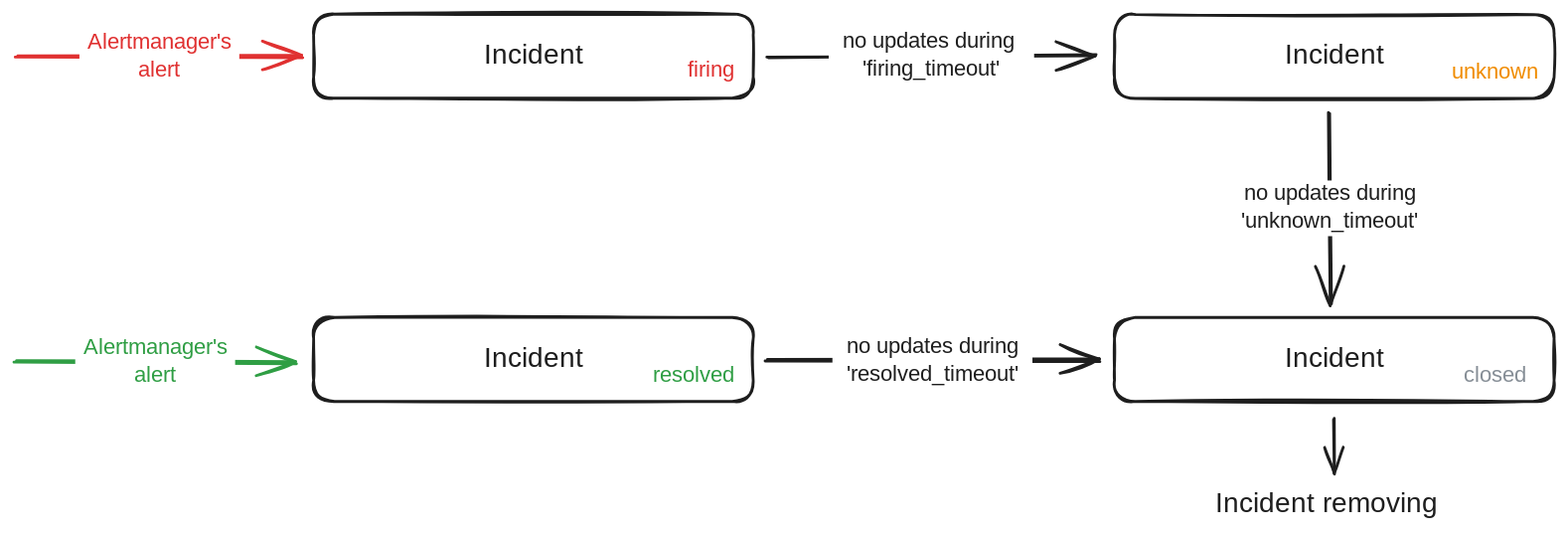
The Excalidraw diagram docs/media/incident_behavior.excalidraw.svg in DiTsi/impulse-docs, before a commit. Source tidied: one line per element, renumbered; positions are measured from the earlier drawing's top-left corner, leaving out a move shared by most shapes.
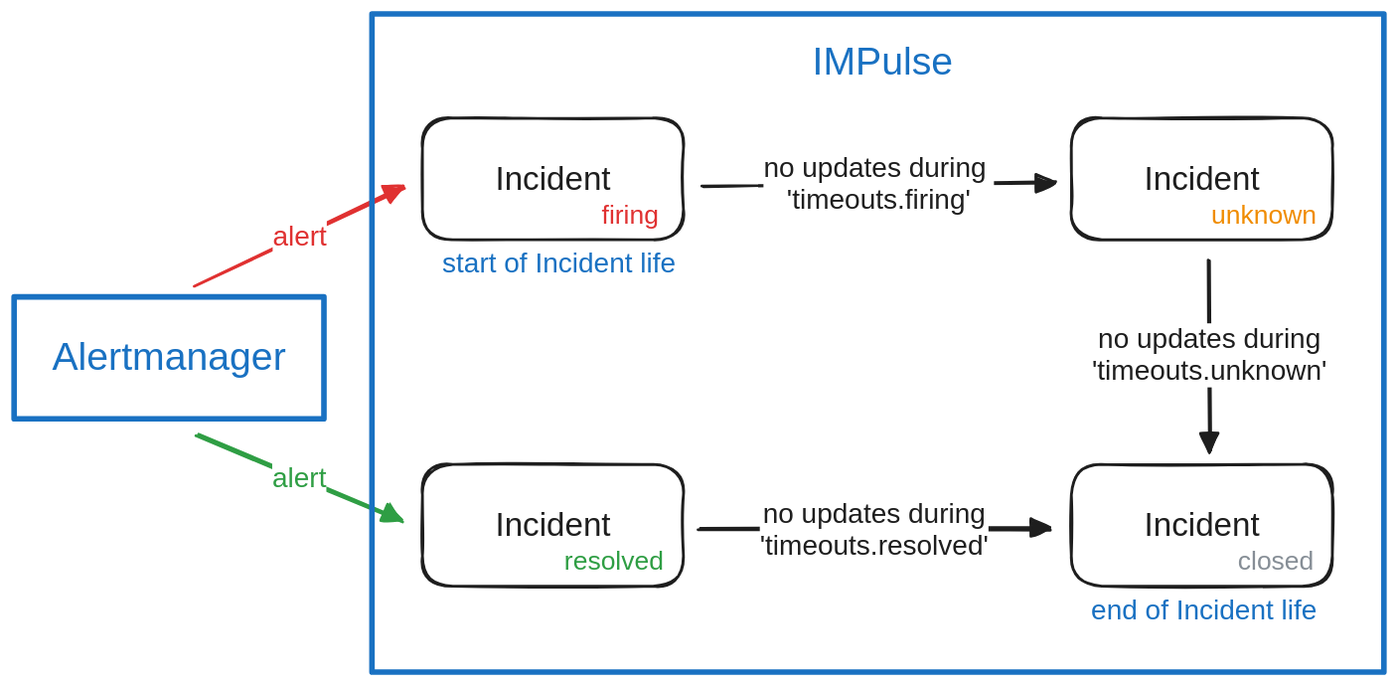
Later version of the same file.

What changed in the source:
```diff
@@ -1,24 +1,28 @@
-{"id": 0, "type": "arrow", "strokeColor": "#e03131", "strokeWidth": 2, "roughness": 1, "endArrowhead": "arrow", "round": true, "to": 2, "x": 1, "y": 31, "width": 206, "height": 0, "points": [[0, 0], [206, 0]]}
+{"id": 0, "type": "arrow", "strokeColor": "#e03131", "strokeWidth": 2, "roughness": 1, "endArrowhead": "triangle", "round": true, "from": 32, "to": 24, "x": 174, "y": 136, "width": 150, "height": 71, "points": [[0, 0], [150, -71]]}
-{"id": 1, "type": "text", "text": "Alertmanager's\nalert", "strokeColor": "#e03131", "strokeWidth": 2, "roughness": 1, "fontSize": 16, "fontFamily": 1, "textAlign": "center", "verticalAlign": "middle", "inside": 0, "x": 32, "y": 11, "width": 115, "height": 40}
+{"id": 1, "type": "text", "text": "alert", "strokeColor": "#e03131", "strokeWidth": 2, "roughness": 1, "fontSize": 20, "fontFamily": 2, "textAlign": "center", "verticalAlign": "middle", "inside": 0, "x": 230, "y": 89, "width": 39, "height": 23}
-{"id": 2, "type": "rectangle", "strokeColor": "#1e1e1e", "strokeWidth": 2, "roughness": 1, "round": true, "x": 215, "y": 0, "width": 316, "height": 60}
-{"id": 3, "type": "text", "text": "Incident", "strokeColor": "#1e1e1e", "strokeWidth": 2, "roughness": 1, "fontSize": 20, "fontFamily": 1, "textAlign": "center", "verticalAlign": "middle", "inside": 2, "x": 334, "y": 18, "width": 78, "height": 25}
-{"id": 4, "type": "text", "text": "firing", "strokeColor": "#e03131", "strokeWidth": 2, "roughness": 1, "fontSize": 15.99, "fontFamily": 1, "textAlign": "center", "verticalAlign": "middle", "x": 482, "y": 31, "width": 37, "height": 20}
-{"id": 5, "type": "rectangle", "strokeColor": "#1e1e1e", "strokeWidth": 2, "roughness": 1, "round": true, "x": 791, "y": 0, "width": 316, "height": 60}
-{"id": 6, "type": "text", "text": "Incident", "strokeColor": "#1e1e1e", "strokeWidth": 2, "roughness": 1, "fontSize": 20, "fontFamily": 1, "textAlign": "center", "verticalAlign": "middle", "inside": 5, "x": 910, "y": 18, "width": 78, "height": 25}
-{"id": 7, "type": "text", "text": "unknown", "strokeColor": "#f08c00", "strokeWidth": 2, "roughness": 1, "fontSize": 15.99, "fontFamily": 1, "textAlign": "center", "verticalAlign": "middle", "x": 1035, "y": 32, "width": 58, "height": 20}
-{"id": 8, "type": "arrow", "strokeColor": "#1e1e1e", "strokeWidth": 2, "roughness": 1, "endArrowhead": "arrow", "round": true, "from": 2, "to": 5, "x": 541, "y": 30, "width": 236, "height": 0, "points": [[0, 0], [236, 0]]}
+{"id": 8, "type": "arrow", "strokeColor": "#1e1e1e", "strokeWidth": 2, "roughness": 1, "endArrowhead": "triangle", "round": true, "from": 24, "to": 28, "x": 539, "y": 64, "width": 253, "height": 1, "points": [[0, 0], [253, -1]]}
-{"id": 9, "type": "text", "text": "no updates during \n'firing_timeout'", "strokeColor": "#1e1e1e", "strokeWidth": 2, "roughness": 1, "fontSize": 16, "fontFamily": 1, "textAlign": "center", "verticalAlign": "middle", "inside": 8, "x": 570, "y": 10, "width": 148, "height": 40}
+{"id": 9, "type": "text", "text": "no updates during \n'timeouts.firing'", "strokeColor": "#1e1e1e", "strokeWidth": 2, "roughness": 1, "fontSize": 20, "fontFamily": 2, "textAlign": "center", "verticalAlign": "middle", "inside": 8, "x": 582, "y": 40, "width": 166, "height": 46}
-{"id": 10, "type": "rectangle", "strokeColor": "#1e1e1e", "strokeWidth": 2, "roughness": 1, "round": true, "x": 215, "y": 218, "width": 316, "height": 60}
+{"id": 10, "type": "rectangle", "strokeColor": "#1e1e1e", "strokeWidth": 2, "roughness": 1, "round": true, "x": 337, "y": 265, "width": 188, "height": 88}
-{"id": 11, "type": "text", "text": "Incident", "strokeColor": "#1e1e1e", "strokeWidth": 2, "roughness": 1, "fontSize": 20, "fontFamily": 1, "textAlign": "center", "verticalAlign": "middle", "inside": 10, "x": 334, "y": 236, "width": 78, "height": 25}
+{"id": 11, "type": "text", "text": "Incident", "strokeColor": "#1e1e1e", "strokeWidth": 2, "roughness": 1, "fontSize": 23.67, "fontFamily": 2, "textAlign": "center", "verticalAlign": "middle", "inside": 10, "x": 390, "y": 295, "width": 83, "height": 27}
-{"id": 12, "type": "text", "text": "resolved", "strokeColor": "#2f9e44", "strokeWidth": 2, "roughness": 1, "fontSize": 15.99, "fontFamily": 1, "textAlign": "center", "verticalAlign": "middle", "x": 457, "y": 250, "width": 63, "height": 20}
+{"id": 12, "type": "text", "text": "resolved", "strokeColor": "#2f9e44", "strokeWidth": 2, "roughness": 1, "fontSize": 18.92, "fontFamily": 2, "textAlign": "center", "verticalAlign": "middle", "x": 439, "y": 323, "width": 71, "height": 22}
-{"id": 13, "type": "arrow", "strokeColor": "#1e1e1e", "strokeWidth": 2, "roughness": 1, "endArrowhead": "arrow", "round": true, "from": 10, "to": 21, "x": 540, "y": 249, "width": 239, "height": 0, "points": [[0, 0], [239, 0]]}
+{"id": 13, "type": "arrow", "strokeColor": "#1e1e1e", "strokeWidth": 2, "roughness": 1, "endArrowhead": "triangle", "round": true, "from": 10, "to": 26, "x": 536, "y": 312, "width": 251, "height": 0, "points": [[0, 0], [251, 0]]}
-{"id": 14, "type": "text", "text": "no updates during\n'resolved_timeout'", "strokeColor": "#1e1e1e", "strokeWidth": 2, "roughness": 1, "fontSize": 16, "fontFamily": 1, "textAlign": "center", "verticalAlign": "middle", "inside": 13, "x": 573, "y": 229, "width": 144, "height": 40}
+{"id": 14, "type": "text", "text": "no updates during\n'timeouts.resolved'", "strokeColor": "#1e1e1e", "strokeWidth": 2, "roughness": 1, "fontSize": 20, "fontFamily": 2, "textAlign": "center", "verticalAlign": "middle", "inside": 13, "x": 580, "y": 289, "width": 164, "height": 46}
-{"id": 15, "type": "arrow", "strokeColor": "#2f9e44", "strokeWidth": 2, "roughness": 1, "endArrowhead": "arrow", "round": true, "to": 10, "x": 0, "y": 250, "width": 202, "height": 0, "points": [[0, 0], [202, 0]]}
+{"id": 15, "type": "arrow", "strokeColor": "#2f9e44", "strokeWidth": 2, "roughness": 1, "endArrowhead": "triangle", "round": true, "from": 32, "to": 10, "x": 175, "y": 244, "width": 148, "height": 61, "points": [[0, 0], [148, 61]]}
-{"id": 16, "type": "text", "text": "Alertmanager's\nalert", "strokeColor": "#2f9e44", "strokeWidth": 2, "roughness": 1, "fontSize": 16, "fontFamily": 1, "textAlign": "center", "verticalAlign": "middle", "inside": 15, "x": 30, "y": 230, "width": 115, "height": 40}
+{"id": 16, "type": "text", "text": "alert", "strokeColor": "#2f9e44", "strokeWidth": 2, "roughness": 1, "fontSize": 20, "fontFamily": 2, "textAlign": "center", "verticalAlign": "middle", "inside": 15, "x": 229, "y": 263, "width": 39, "height": 23}
-{"id": 17, "type": "text", "text": "Incident removing", "strokeColor": "#1e1e1e", "strokeWidth": 2, "roughness": 1, "fontSize": 20, "fontFamily": 1, "x": 863, "y": 340, "width": 165, "height": 25}
+{"id": 17, "type": "text", "text": "end of Incident life", "strokeColor": "#1971c2", "strokeWidth": 2, "roughness": 1, "fontSize": 20, "fontFamily": 2, "x": 818, "y": 358, "width": 162, "height": 23}
-{"id": 18, "type": "arrow", "strokeColor": "#1e1e1e", "strokeWidth": 2, "roughness": 1, "endArrowhead": "arrow", "round": true, "from": 21, "to": 17, "x": 948, "y": 291, "width": 0, "height": 39, "points": [[0, 0], [0, 39]]}
-{"id": 19, "type": "arrow", "strokeColor": "#1e1e1e", "strokeWidth": 2, "roughness": 1, "endArrowhead": "arrow", "round": true, "from": 5, "to": 21, "x": 944, "y": 71, "width": 2, "height": 138, "points": [[0, 0], [2, 138]]}
+{"id": 19, "type": "arrow", "strokeColor": "#1e1e1e", "strokeWidth": 2, "roughness": 1, "endArrowhead": "triangle", "round": true, "from": 28, "to": 26, "x": 902, "y": 118, "width": 2, "height": 137, "points": [[0, 0], [2, 137]]}
-{"id": 20, "type": "text", "text": "no updates during\n'unknown_timeout'", "strokeColor": "#1e1e1e", "strokeWidth": 2, "roughness": 1, "fontSize": 16, "fontFamily": 1, "textAlign": "center", "verticalAlign": "middle", "inside": 19, "x": 876, "y": 120, "width": 140, "height": 40}
+{"id": 20, "type": "text", "text": "no updates during\n'timeouts.unknown'", "strokeColor": "#1e1e1e", "strokeWidth": 2, "roughness": 1, "fontSize": 20, "fontFamily": 2, "textAlign": "center", "verticalAlign": "middle", "inside": 19, "x": 818, "y": 163, "width": 169, "height": 46}
-{"id": 21, "type": "rectangle", "strokeColor": "#1e1e1e", "strokeWidth": 2, "roughness": 1, "round": true, "x": 791, "y": 218, "width": 316, "height": 60}
-{"id": 22, "type": "text", "text": "Incident", "strokeColor": "#1e1e1e", "strokeWidth": 2, "roughness": 1, "fontSize": 20, "fontFamily": 1, "textAlign": "center", "verticalAlign": "middle", "inside": 21, "x": 910, "y": 236, "width": 78, "height": 25}
+{"id": 24, "type": "rectangle", "strokeColor": "#1e1e1e", "strokeWidth": 2, "roughness": 1, "round": true, "x": 337, "y": 16, "width": 188, "height": 88}
+{"id": 25, "type": "text", "text": "Incident", "strokeColor": "#1e1e1e", "strokeWidth": 2, "roughness": 1, "fontSize": 23.67, "fontFamily": 2, "textAlign": "center", "verticalAlign": "middle", "inside": 24, "x": 390, "y": 46, "width": 83, "height": 27}
+{"id": 4, "type": "text", "text": "firing", "strokeColor": "#e03131", "strokeWidth": 2, "roughness": 1, "fontSize": 18.92, "fontFamily": 2, "textAlign": "center", "verticalAlign": "middle", "x": 466, "y": 74, "width": 41, "height": 22}
+{"id": 26, "type": "rectangle", "strokeColor": "#1e1e1e", "strokeWidth": 2, "roughness": 1, "round": true, "x": 804, "y": 265, "width": 188, "height": 88}
+{"id": 27, "type": "text", "text": "Incident", "strokeColor": "#1e1e1e", "strokeWidth": 2, "roughness": 1, "fontSize": 23.67, "fontFamily": 2, "textAlign": "center", "verticalAlign": "middle", "inside": 26, "x": 856, "y": 295, "width": 83, "height": 27}
-{"id": 23, "type": "text", "text": "closed", "strokeColor": "#868e96", "strokeWidth": 2, "roughness": 1, "fontSize": 15.99, "fontFamily": 1, "textAlign": "center", "verticalAlign": "middle", "x": 1040, "y": 250, "width": 48, "height": 20}
+{"id": 23, "type": "text", "text": "closed", "strokeColor": "#868e96", "strokeWidth": 2, "roughness": 1, "fontSize": 18.92, "fontFamily": 2, "textAlign": "center", "verticalAlign": "middle", "x": 923, "y": 323, "width": 55, "height": 22}
+{"id": 28, "type": "rectangle", "strokeColor": "#1e1e1e", "strokeWidth": 2, "roughness": 1, "round": true, "x": 804, "y": 16, "width": 188, "height": 88}
+{"id": 29, "type": "text", "text": "Incident", "strokeColor": "#1e1e1e", "strokeWidth": 2, "roughness": 1, "fontSize": 23.67, "fontFamily": 2, "textAlign": "center", "verticalAlign": "middle", "inside": 28, "x": 856, "y": 46, "width": 83, "height": 27}
+{"id": 7, "type": "text", "text": "unknown", "strokeColor": "#f08c00", "strokeWidth": 2, "roughness": 1, "fontSize": 18.92, "fontFamily": 2, "textAlign": "center", "verticalAlign": "middle", "x": 904, "y": 74, "width": 76, "height": 22}
+{"id": 30, "type": "text", "text": "start of Incident life", "strokeColor": "#1971c2", "strokeWidth": 2, "roughness": 1, "fontSize": 20, "fontFamily": 2, "x": 351, "y": 109, "width": 168, "height": 23}
+{"id": 31, "type": "rectangle", "strokeColor": "#1971c2", "strokeWidth": 4, "roughness": 0, "x": 301, "y": -59, "width": 727, "height": 473}
+{"id": 32, "type": "rectangle", "strokeColor": "#1971c2", "strokeWidth": 4, "roughness": 0, "x": 44, "y": 144, "width": 223, "height": 88}
+{"id": 33, "type": "text", "text": "Alertmanager", "strokeColor": "#1971c2", "strokeWidth": 2, "roughness": 0, "fontSize": 28, "fontFamily": 2, "textAlign": "center", "verticalAlign": "middle", "inside": 32, "x": 71, "y": 172, "width": 168, "height": 32}
+{"id": 34, "type": "text", "text": "IMPulse", "strokeColor": "#1971c2", "strokeWidth": 2, "strokeStyle": "dashed", "roughness": 1, "fontSize": 28, "fontFamily": 2, "x": 617, "y": -41, "width": 101, "height": 32}
```
